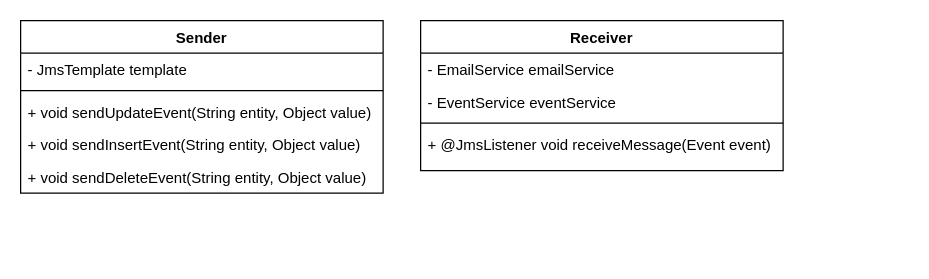
Before: Lab2/images/jms.drawio in oKatanaaa/ESA-Labs, a draw.io diagram. Source tidied: cells renumbered, new cells numbered last; positions are measured from the earlier drawing's top-left corner, leaving out a move shared by most shapes. Both pictures are drawn from the tidied source at 125%, with x=0, y=0 at pixel (20, 20).
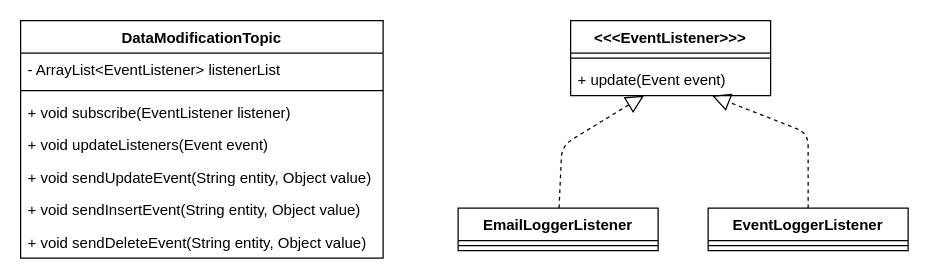
After the change.

The edit, as a diff of the source:
```diff
@@
-    <mxCell id="2" value="Sender" style="swimlane;fontStyle=1;align=center;verticalAlign=top;horizontal=1;startSize=26;" parent="1" vertex="1">
-      <mxGeometry width="290" height="138" as="geometry" />
+    <mxCell id="2" value="DataModificationTopic" style="swimlane;fontStyle=1;align=center;verticalAlign=top;horizontal=1;startSize=26;" parent="1" vertex="1">
+      <mxGeometry width="290" height="190" as="geometry" />
     </mxCell>
-    <mxCell id="3" value="- JmsTemplate template" style="text;strokeColor=none;fillColor=none;align=left;verticalAlign=top;spacingLeft=4;spacingRight=4;overflow=hidden;" parent="2" vertex="1">
+    <mxCell id="3" value="- ArrayList&lt;EventListener&gt; listenerList" style="text;strokeColor=none;fillColor=none;align=left;verticalAlign=top;spacingLeft=4;spacingRight=4;overflow=hidden;" parent="2" vertex="1">
       <mxGeometry y="26" width="290" height="26" as="geometry" />
     </mxCell>
@@
+    <mxCell id="13" value="+ void subscribe(EventListener listener)" style="text;strokeColor=none;fillColor=none;align=left;verticalAlign=top;spacingLeft=4;spacingRight=4;overflow=hidden;" parent="2" vertex="1">
+      <mxGeometry y="60" width="290" height="26" as="geometry" />
+    </mxCell>
+    <mxCell id="14" value="+ void updateListeners(Event event)" style="text;strokeColor=none;fillColor=none;align=left;verticalAlign=top;spacingLeft=4;spacingRight=4;overflow=hidden;" parent="2" vertex="1">
+      <mxGeometry y="86" width="290" height="26" as="geometry" />
+    </mxCell>
     <mxCell id="5" value="+ void sendUpdateEvent(String entity, Object value)" style="text;strokeColor=none;fillColor=none;align=left;verticalAlign=top;spacingLeft=4;spacingRight=4;overflow=hidden;" parent="2" vertex="1">
-      <mxGeometry y="60" width="290" height="26" as="geometry" />
+      <mxGeometry y="112" width="290" height="26" as="geometry" />
     </mxCell>
     <mxCell id="6" value="+ void sendInsertEvent(String entity, Object value)" style="text;strokeColor=none;fillColor=none;align=left;verticalAlign=top;spacingLeft=4;spacingRight=4;overflow=hidden;" parent="2" vertex="1">
-      <mxGeometry y="86" width="290" height="26" as="geometry" />
+      <mxGeometry y="138" width="290" height="26" as="geometry" />
     </mxCell>
     <mxCell id="7" value="+ void sendDeleteEvent(String entity, Object value)" style="text;strokeColor=none;fillColor=none;align=left;verticalAlign=top;spacingLeft=4;spacingRight=4;overflow=hidden;" parent="2" vertex="1">
-      <mxGeometry y="112" width="290" height="26" as="geometry" />
+      <mxGeometry y="164" width="290" height="26" as="geometry" />
     </mxCell>
-    <mxCell id="8" value="Receiver" style="swimlane;fontStyle=1;align=center;verticalAlign=top;horizontal=1;startSize=26;" parent="1" vertex="1">
-      <mxGeometry x="320" width="290" height="120" as="geometry" />
-    </mxCell>
-    <mxCell id="9" value="- EmailService emailService" style="text;strokeColor=none;fillColor=none;align=left;verticalAlign=top;spacingLeft=4;spacingRight=4;overflow=hidden;" parent="8" vertex="1">
-      <mxGeometry y="26" width="290" height="26" as="geometry" />
-    </mxCell>
-    <mxCell id="10" value="- EventService eventService" style="text;strokeColor=none;fillColor=none;align=left;verticalAlign=top;spacingLeft=4;spacingRight=4;overflow=hidden;" parent="8" vertex="1">
-      <mxGeometry y="52" width="290" height="26" as="geometry" />
-    </mxCell>
-    <mxCell id="11" style="line;strokeWidth=1;fillColor=none;align=left;verticalAlign=middle;spacingTop=-1;spacingLeft=3;spacingRight=3;labelPosition=right;" parent="8" vertex="1">
-      <mxGeometry y="78" width="290" height="8" as="geometry" />
-    </mxCell>
-    <mxCell id="12" value="+ @JmsListener void receiveMessage(Event event)" style="text;strokeColor=none;fillColor=none;align=left;verticalAlign=top;spacingLeft=4;spacingRight=4;overflow=hidden;" parent="8" vertex="1">
-      <mxGeometry y="86" width="290" height="34" as="geometry" />
-    </mxCell>
+    <mxCell id="15" value="&lt;&lt;&lt;EventListener&gt;&gt;&gt;" style="swimlane;fontStyle=1;align=center;verticalAlign=top;horizontal=1;startSize=26;" parent="1" vertex="1">
+      <mxGeometry x="440" width="160" height="60" as="geometry" />
+    </mxCell>
+    <mxCell id="16" style="line;strokeWidth=1;fillColor=none;align=left;verticalAlign=middle;spacingTop=-1;spacingLeft=3;spacingRight=3;labelPosition=right;" parent="15" vertex="1">
+      <mxGeometry y="26" width="160" height="8" as="geometry" />
+    </mxCell>
+    <mxCell id="17" value="+ update(Event event)" style="text;strokeColor=none;fillColor=none;align=left;verticalAlign=top;spacingLeft=4;spacingRight=4;overflow=hidden;points=[[0,0.5],[1,0.5]];portConstraint=eastwest;" parent="15" vertex="1">
+      <mxGeometry y="34" width="160" height="26" as="geometry" />
+    </mxCell>
+    <mxCell id="18" value="EmailLoggerListener" style="swimlane;fontStyle=1;align=center;verticalAlign=top;horizontal=1;startSize=26;" parent="1" vertex="1">
+      <mxGeometry x="350" y="150" width="160" height="34" as="geometry" />
+    </mxCell>
+    <mxCell id="19" style="line;strokeWidth=1;fillColor=none;align=left;verticalAlign=middle;spacingTop=-1;spacingLeft=3;spacingRight=3;labelPosition=right;" parent="18" vertex="1">
+      <mxGeometry y="26" width="160" height="8" as="geometry" />
+    </mxCell>
+    <mxCell id="20" style="endArrow=block;dashed=1;endFill=0;endSize=12;html=1;" parent="1" edge="1" source="18" target="17">
+      <mxGeometry relative="1" as="geometry">
+        <Array as="points">
+          <mxPoint x="433" y="100" />
+        </Array>
+      </mxGeometry>
+    </mxCell>
+    <mxCell id="21" value="EventLoggerListener" style="swimlane;fontStyle=1;align=center;verticalAlign=top;horizontal=1;startSize=26;" parent="1" vertex="1">
+      <mxGeometry x="550" y="150" width="160" height="34" as="geometry" />
+    </mxCell>
+    <mxCell id="22" style="line;strokeWidth=1;fillColor=none;align=left;verticalAlign=middle;spacingTop=-1;spacingLeft=3;spacingRight=3;labelPosition=right;" parent="21" vertex="1">
+      <mxGeometry y="26" width="160" height="8" as="geometry" />
+    </mxCell>
+    <mxCell id="23" style="endArrow=block;dashed=1;endFill=0;endSize=12;html=1;" parent="1" edge="1" source="21" target="17">
+      <mxGeometry relative="1" as="geometry">
+        <Array as="points">
+          <mxPoint x="630" y="90" />
+        </Array>
+      </mxGeometry>
+    </mxCell>
```
